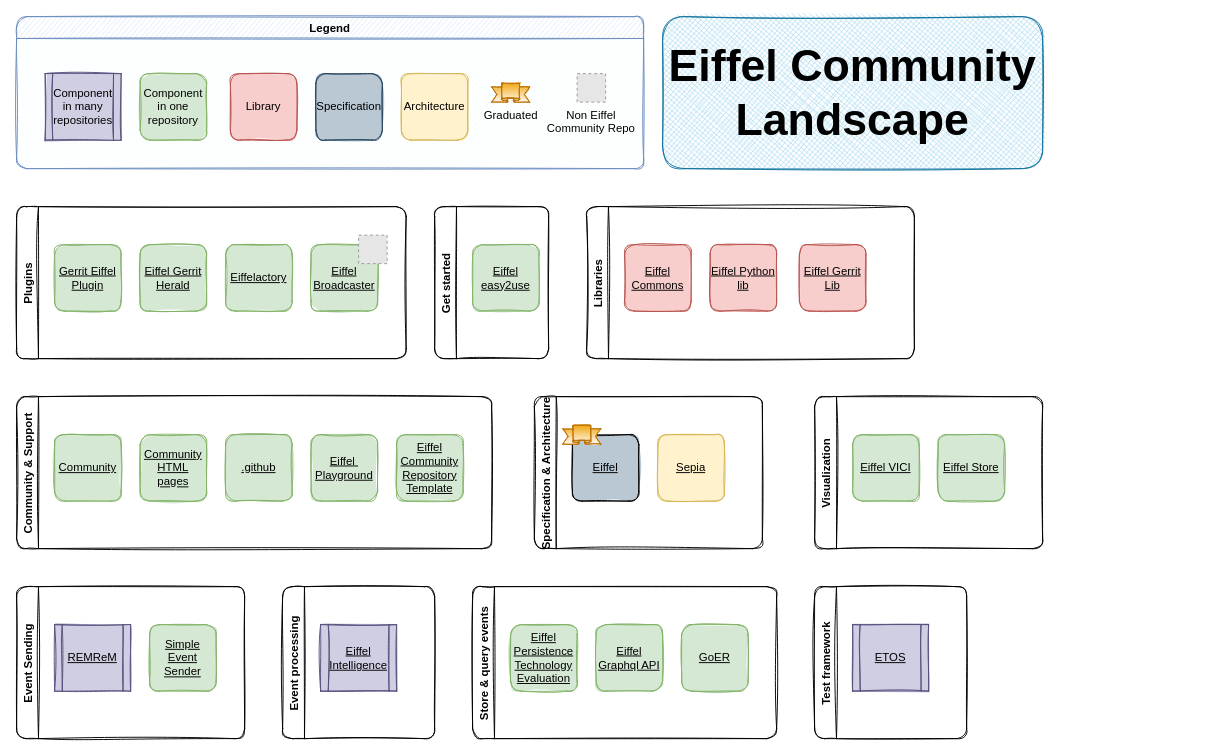
The draw.io diagram src/landscape.drawio in eiffel-community/eiffel-community.github.io, before the edit. Source tidied: cells renumbered, new cells numbered last; positions are measured from the earlier drawing's top-left corner, leaving out a move shared by most shapes. Both pictures are drawn from the tidied source at 95%, with x=0, y=0 at pixel (16, 16). Pictures stored in the file or linked from it are replaced by grey dashed boxes.
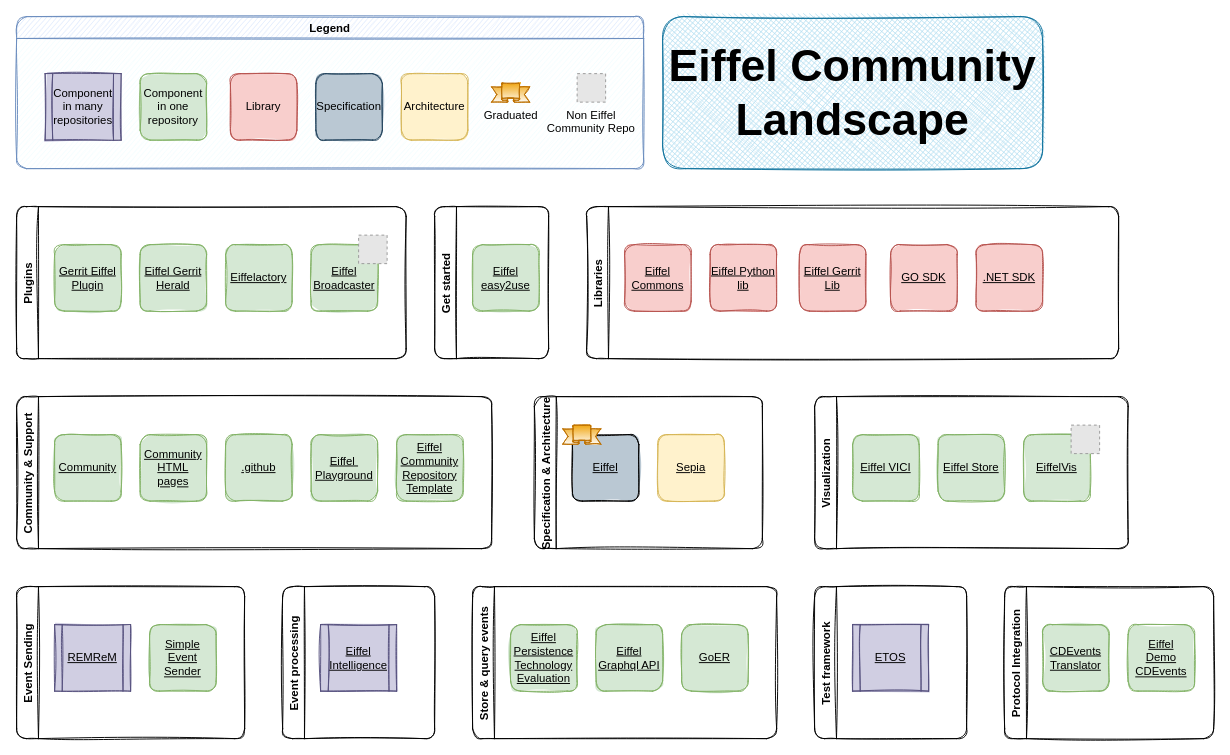
Above is the later version.

Commit message (it also covers changes not shown here):
Add new projects to the Eiffel landscape

- GO SDK
- .NET SDK
- EiffelVis
- CDEvents translator
- Eiffel Demo CDEvents

Diff of the diagram source:
```diff
@@
     <mxCell id="20" value="Visualization" style="swimlane;horizontal=0;rounded=1;sketch=1;" parent="1" vertex="1">
-      <mxGeometry x="840" y="400" width="240" height="160" as="geometry" />
+      <mxGeometry x="840" y="400" width="330" height="160" as="geometry" />
     </mxCell>
@@
+    <mxCell id="47" value="&lt;u&gt;EiffelVis&lt;/u&gt;" style="whiteSpace=wrap;html=1;sketch=1;rounded=1;fillColor=#d5e8d4;strokeColor=#82b366;fillStyle=solid;" parent="20" vertex="1">
+      <mxGeometry x="220" y="40" width="70" height="70" as="geometry" />
+    </mxCell>
+    <mxCell id="48" style="fillColor=#E6E6E6;strokeColor=#999999;dashed=1;verticalLabelPosition=bottom;verticalAlign=top;fontColor=#007FFF;" parent="20" vertex="1">
+      <mxGeometry x="270" y="30" width="30" height="30" as="geometry" />
+    </mxCell>
@@
     <mxCell id="33" value="Libraries" style="swimlane;horizontal=0;rounded=1;sketch=1;" parent="1" vertex="1">
-      <mxGeometry x="600" y="200" width="345" height="160" as="geometry" />
+      <mxGeometry x="600" y="200" width="560" height="160" as="geometry" />
     </mxCell>
@@
+    <mxCell id="49" value="&lt;u&gt;GO SDK&lt;/u&gt;" style="whiteSpace=wrap;html=1;sketch=1;rounded=1;fillColor=#f8cecc;strokeColor=#b85450;fillStyle=solid;" parent="33" vertex="1">
+      <mxGeometry x="320" y="40" width="70" height="70" as="geometry" />
+    </mxCell>
+    <mxCell id="50" value="&lt;u&gt;.NET SDK&lt;br&gt;&lt;/u&gt;" style="whiteSpace=wrap;html=1;sketch=1;rounded=1;fillColor=#f8cecc;strokeColor=#b85450;fillStyle=solid;" parent="33" vertex="1">
+      <mxGeometry x="410" y="40" width="70" height="70" as="geometry" />
+    </mxCell>
@@
+    <mxCell id="51" value="Protocol Integration" style="swimlane;horizontal=0;rounded=1;sketch=1;" parent="1" vertex="1">
+      <mxGeometry x="1040" y="600" width="220" height="160" as="geometry" />
+    </mxCell>
+    <mxCell id="52" value="&lt;u&gt;CDEvents&lt;br&gt;Translator&lt;br&gt;&lt;/u&gt;" style="whiteSpace=wrap;html=1;sketch=1;rounded=1;fillColor=#d5e8d4;strokeColor=#82b366;fillStyle=solid;" parent="51" vertex="1">
+      <mxGeometry x="40" y="40" width="70" height="70" as="geometry" />
+    </mxCell>
+    <mxCell id="53" value="&lt;u&gt;Eiffel&lt;br&gt;Demo&lt;br&gt;CDEvents&lt;br&gt;&lt;/u&gt;" style="whiteSpace=wrap;html=1;sketch=1;rounded=1;fillColor=#d5e8d4;strokeColor=#82b366;fillStyle=solid;" parent="51" vertex="1">
+      <mxGeometry x="130" y="40" width="70" height="70" as="geometry" />
+    </mxCell>
```
